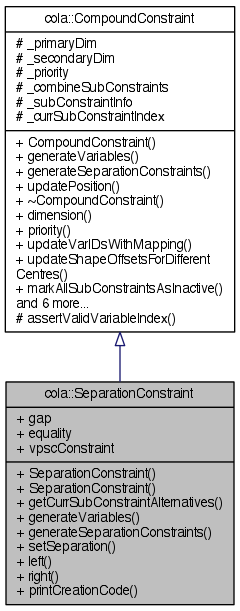
Earlier version of the Graphviz export documentation/classcola_1_1SeparationConstraint__inherit__graph.png (mjwybrow/adaptagrams). Its source is kept beside it as documentation/classcola_1_1SeparationConstraint__inherit__graph.dot. Source of this version:
```dot
digraph "cola::SeparationConstraint"
{
  edge [fontname="Helvetica",fontsize="10",labelfontname="Helvetica",labelfontsize="10"];
  node [fontname="Helvetica",fontsize="10",shape=record];
  Node1 [label="{cola::SeparationConstraint\n|+ gap\l+ equality\l+ vpscConstraint\l|+ SeparationConstraint()\l+ SeparationConstraint()\l+ getCurrSubConstraintAlternatives()\l+ generateVariables()\l+ generateSeparationConstraints()\l+ setSeparation()\l+ left()\l+ right()\l+ printCreationCode()\l}",height=0.2,width=0.4,color="black", fillcolor="grey75", style="filled" fontcolor="black"];
  Node2 -> Node1 [dir="back",color="midnightblue",fontsize="10",style="solid",arrowtail="onormal",fontname="Helvetica"];
  Node2 [label="{cola::CompoundConstraint\n|# _primaryDim\l# _secondaryDim\l# _priority\l# _combineSubConstraints\l# _subConstraintInfo\l# _currSubConstraintIndex\l|+ CompoundConstraint()\l+ generateVariables()\l+ generateSeparationConstraints()\l+ updatePosition()\l+ ~CompoundConstraint()\l+ dimension()\l+ priority()\l+ updateVarIDsWithMapping()\l+ updateShapeOffsetsForDifferent\lCentres()\l+ markAllSubConstraintsAsInactive()\land 6 more...\l# assertValidVariableIndex()\l}",height=0.2,width=0.4,color="black", fillcolor="white", style="filled",URL="$classcola_1_1CompoundConstraint.html",tooltip="An abstract base class for all high-level compound constraints."];
}
```
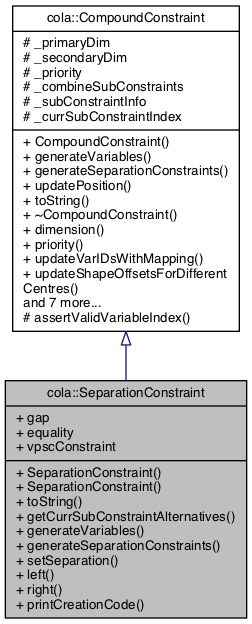
The same diagram one commit later.

What changed in the source:
```diff
@@ -2,7 +2,7 @@
 {
   edge [fontname="Helvetica",fontsize="10",labelfontname="Helvetica",labelfontsize="10"];
   node [fontname="Helvetica",fontsize="10",shape=record];
-  Node1 [label="{cola::SeparationConstraint\n|+ gap\l+ equality\l+ vpscConstraint\l|+ SeparationConstraint()\l+ SeparationConstraint()\l+ getCurrSubConstraintAlternatives()\l+ generateVariables()\l+ generateSeparationConstraints()\l+ setSeparation()\l+ left()\l+ right()\l+ printCreationCode()\l}",height=0.2,width=0.4,color="black", fillcolor="grey75", style="filled" fontcolor="black"];
+  Node1 [label="{cola::SeparationConstraint\n|+ gap\l+ equality\l+ vpscConstraint\l|+ SeparationConstraint()\l+ SeparationConstraint()\l+ toString()\l+ getCurrSubConstraintAlternatives()\l+ generateVariables()\l+ generateSeparationConstraints()\l+ setSeparation()\l+ left()\l+ right()\l+ printCreationCode()\l}",height=0.2,width=0.4,color="black", fillcolor="grey75", style="filled", fontcolor="black"];
   Node2 -> Node1 [dir="back",color="midnightblue",fontsize="10",style="solid",arrowtail="onormal",fontname="Helvetica"];
-  Node2 [label="{cola::CompoundConstraint\n|# _primaryDim\l# _secondaryDim\l# _priority\l# _combineSubConstraints\l# _subConstraintInfo\l# _currSubConstraintIndex\l|+ CompoundConstraint()\l+ generateVariables()\l+ generateSeparationConstraints()\l+ updatePosition()\l+ ~CompoundConstraint()\l+ dimension()\l+ priority()\l+ updateVarIDsWithMapping()\l+ updateShapeOffsetsForDifferent\lCentres()\l+ markAllSubConstraintsAsInactive()\land 6 more...\l# assertValidVariableIndex()\l}",height=0.2,width=0.4,color="black", fillcolor="white", style="filled",URL="$classcola_1_1CompoundConstraint.html",tooltip="An abstract base class for all high-level compound constraints."];
+  Node2 [label="{cola::CompoundConstraint\n|# _primaryDim\l# _secondaryDim\l# _priority\l# _combineSubConstraints\l# _subConstraintInfo\l# _currSubConstraintIndex\l|+ CompoundConstraint()\l+ generateVariables()\l+ generateSeparationConstraints()\l+ updatePosition()\l+ toString()\l+ ~CompoundConstraint()\l+ dimension()\l+ priority()\l+ updateVarIDsWithMapping()\l+ updateShapeOffsetsForDifferent\lCentres()\land 7 more...\l# assertValidVariableIndex()\l}",height=0.2,width=0.4,color="black", fillcolor="white", style="filled",URL="$classcola_1_1CompoundConstraint.html",tooltip="An abstract base class for all high-level compound constraints. "];
 }
```
